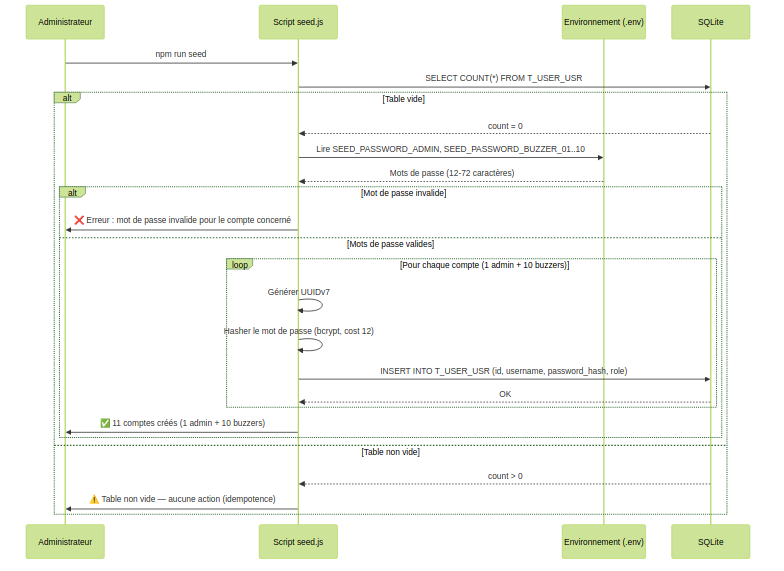
Before: docs/specs/diagrams/US-002-seed-users-sequence.png, a diagram exported from Mermaid (ODehel/quiz-live-server). Its source is kept beside it as docs/specs/diagrams/US-002-seed-users-sequence.mmd. The source it was exported from:
```mermaid
%%{init: {"theme": "forest"}}%%
sequenceDiagram
    participant U as Administrateur
    participant S as Script seed.js
    participant ENV as Environnement (.env)
    participant DB as SQLite

    U->>S: npm run seed
    S->>DB: SELECT COUNT(*) FROM T_USER_USR

    alt Table vide
        DB-->>S: count = 0
        S->>ENV: Lire SEED_PASSWORD_ADMIN, SEED_PASSWORD_BUZZER_01..10
        ENV-->>S: Mots de passe (12-72 caractères)

        alt Mot de passe invalide
            S->>U: ❌ Erreur : mot de passe invalide pour le compte concerné
        else Mots de passe valides
            loop Pour chaque compte (1 admin + 10 buzzers)
                S->>S: Générer UUIDv7
                S->>S: Hasher le mot de passe (bcrypt, cost 12)
                S->>DB: INSERT INTO T_USER_USR (id, username, password_hash, role)
                DB-->>S: OK
            end
            S->>U: ✅ 11 comptes créés (1 admin + 10 buzzers)
        end
    else Table non vide
        DB-->>S: count > 0
        S->>U: ⚠️ Table non vide — aucune action (idempotence)
    end
```
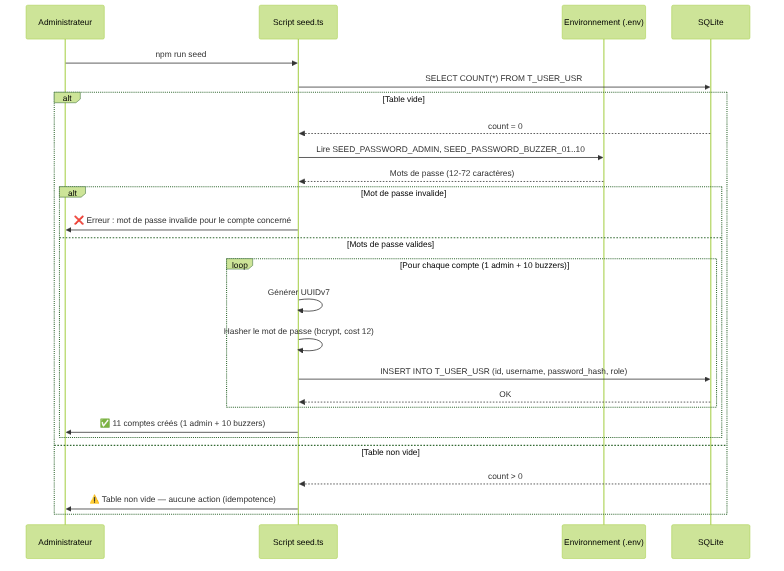
Above is the later version.

Commit message:
docs(specs): settle the message the seed prints when it creates the accounts (#150)

Diff of the diagram source:
```diff
@@ -1,7 +1,7 @@
 %%{init: {"theme": "forest"}}%%
 sequenceDiagram
     participant U as Administrateur
-    participant S as Script seed.js
+    participant S as Script seed.ts
     participant ENV as Environnement (.env)
     participant DB as SQLite
 
```
